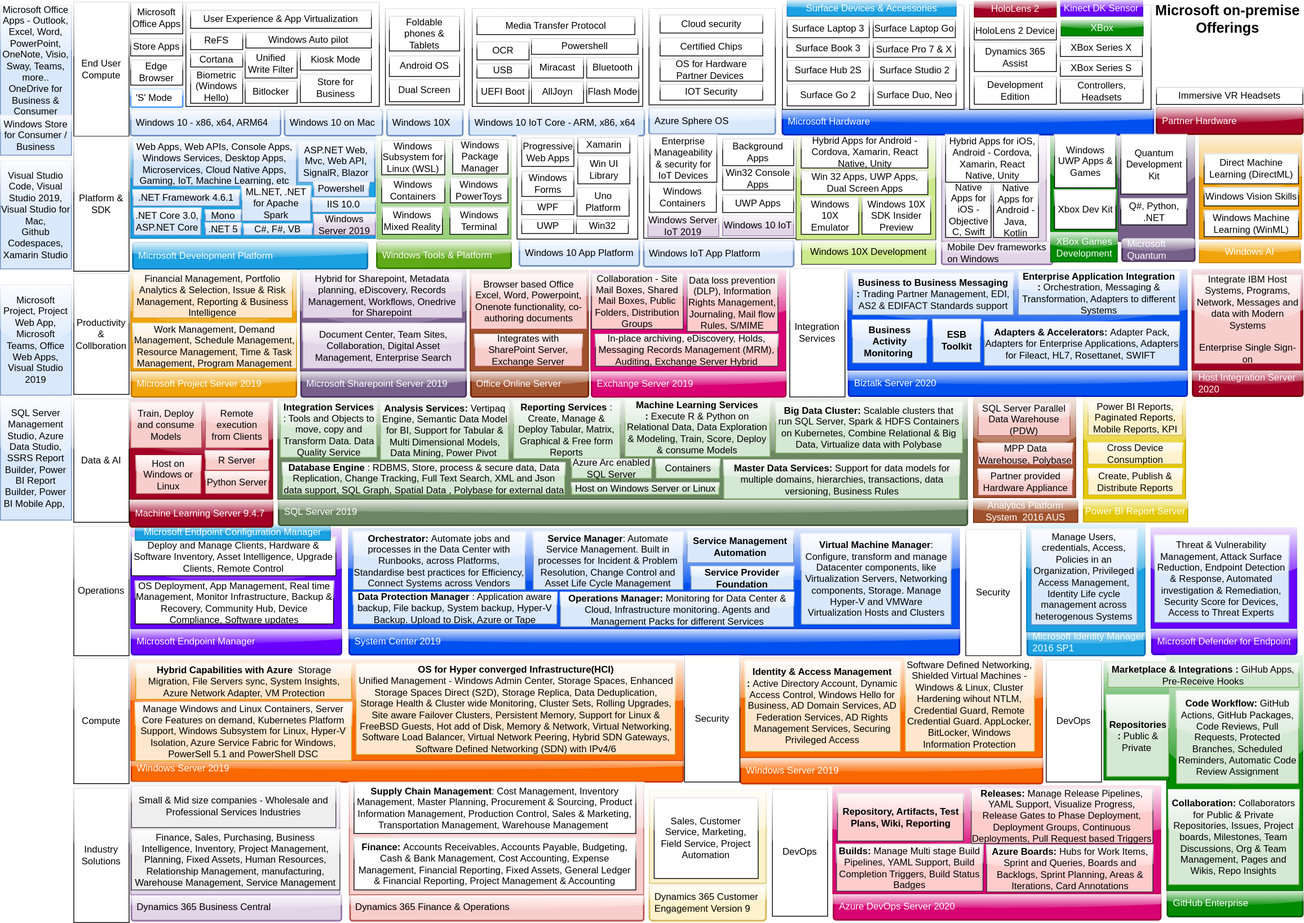
This is MicrosoftOfferings.svg from ssrikantan/Microsoft-Product-Offerings, a draw.io export, as it was before one commit. Source tidied: cells renumbered, new cells last; positions are measured from the earlier drawing's top-left corner, leaving out a move shared by most shapes.
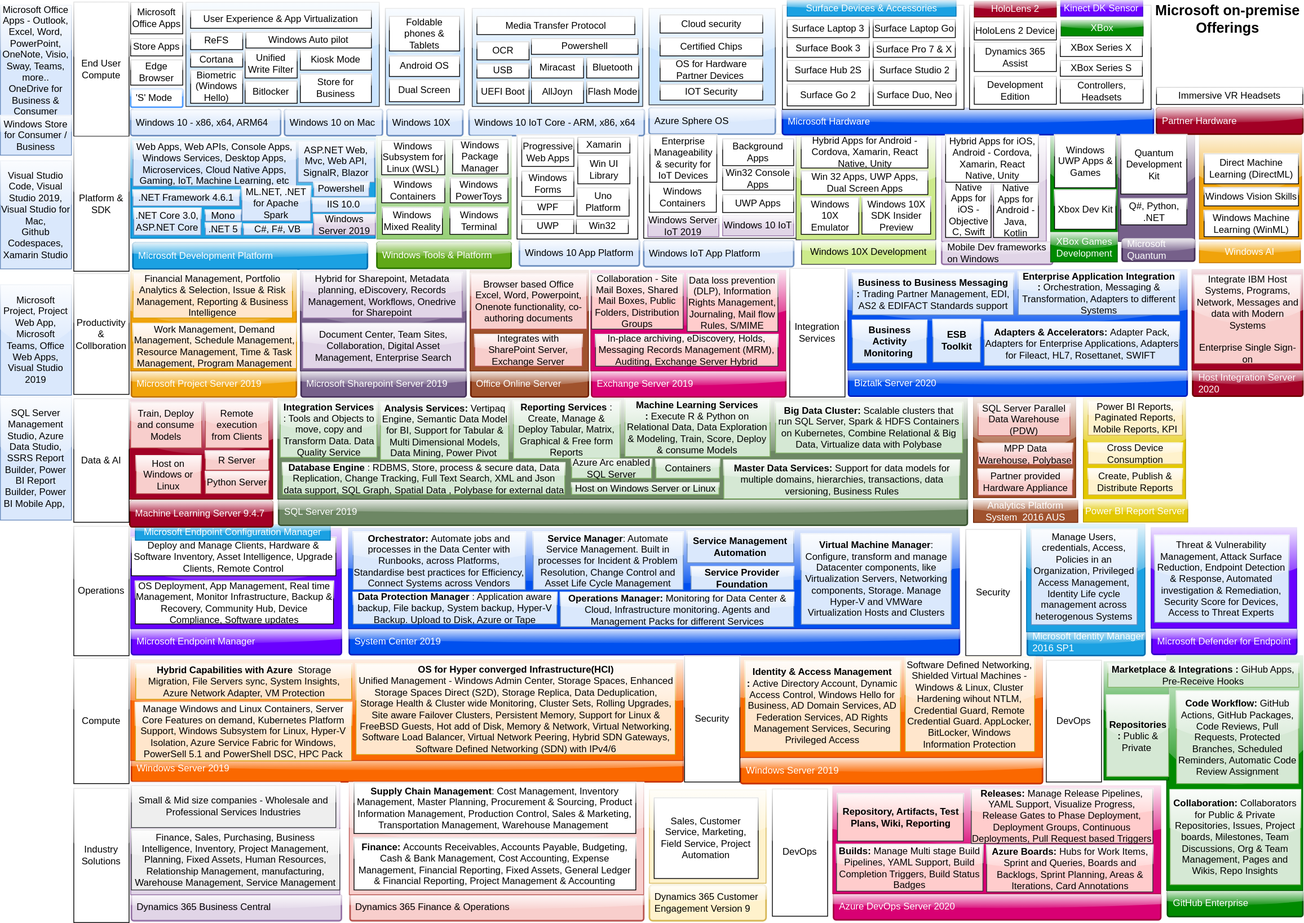
Above is the later version.

Change to the diagram source:
```diff
@@ -29,7 +29,7 @@
     <mxCell id="10" value="'S' Mode" style="rounded=1;arcSize=9;align=left;spacingLeft=5;strokeColor=#4C9AFF;html=1;strokeWidth=2;fontSize=12;glass=1;" parent="1" vertex="1">
       <mxGeometry x="165" y="112.2" width="66" height="23" as="geometry" />
     </mxCell>
-    <mxCell id="11" style="rounded=0;whiteSpace=wrap;html=1;glass=1;" parent="1" vertex="1">
+    <mxCell id="11" style="rounded=0;whiteSpace=wrap;html=1;glass=1;fillColor=#cce5ff;strokeColor=#36393d;" parent="1" vertex="1">
       <mxGeometry x="235" y="2.2" width="245" height="132" as="geometry" />
     </mxCell>
     <mxCell id="12" value="Edge Browser" style="rounded=0;whiteSpace=wrap;html=1;glass=1;" parent="1" vertex="1">
@@ -74,7 +74,7 @@
     <mxCell id="25" value="Windows 10 IoT Core - ARM, x86, x64" style="rounded=1;arcSize=9;align=left;spacingLeft=5;strokeColor=#6c8ebf;html=1;strokeWidth=2;fontSize=12;glass=1;fillColor=#dae8fc;" parent="1" vertex="1">
       <mxGeometry x="593.8" y="138.2" width="222" height="33" as="geometry" />
     </mxCell>
-    <mxCell id="26" style="rounded=0;whiteSpace=wrap;html=1;glass=1;" parent="1" vertex="1">
+    <mxCell id="26" style="rounded=0;whiteSpace=wrap;html=1;glass=1;fillColor=#cce5ff;strokeColor=#36393d;" parent="1" vertex="1">
       <mxGeometry x="597.8" y="10" width="216" height="124.2" as="geometry" />
     </mxCell>
     <mxCell id="27" value="UEFI Boot" style="rounded=0;whiteSpace=wrap;html=1;glass=1;" parent="1" vertex="1">
@@ -224,7 +224,7 @@
     <mxCell id="75" value="Windows 10X" style="rounded=1;arcSize=9;align=left;spacingLeft=5;strokeColor=#6c8ebf;html=1;strokeWidth=2;fontSize=12;glass=1;fillColor=#dae8fc;" parent="1" vertex="1">
       <mxGeometry x="489.8" y="138.2" width="96" height="33" as="geometry" />
     </mxCell>
-    <mxCell id="76" style="rounded=0;whiteSpace=wrap;html=1;glass=1;" parent="1" vertex="1">
+    <mxCell id="76" style="rounded=0;whiteSpace=wrap;html=1;glass=1;fillColor=#cce5ff;strokeColor=#36393d;" parent="1" vertex="1">
       <mxGeometry x="487.8" y="10" width="100" height="122.2" as="geometry" />
     </mxCell>
     <mxCell id="77" value="Dual Screen" style="rounded=0;whiteSpace=wrap;html=1;glass=1;" parent="1" vertex="1">
@@ -359,7 +359,7 @@
     <mxCell id="120" value="Azure Sphere OS" style="rounded=1;arcSize=9;align=left;spacingLeft=5;strokeColor=#6c8ebf;html=1;strokeWidth=2;fontSize=12;glass=1;fillColor=#dae8fc;" parent="1" vertex="1">
       <mxGeometry x="821.8" y="136.2" width="160" height="33" as="geometry" />
     </mxCell>
-    <mxCell id="121" style="rounded=0;whiteSpace=wrap;html=1;glass=1;" parent="1" vertex="1">
+    <mxCell id="121" style="rounded=0;whiteSpace=wrap;html=1;glass=1;fillColor=#cce5ff;strokeColor=#36393d;" parent="1" vertex="1">
       <mxGeometry x="821.8" y="10" width="160" height="122.2" as="geometry" />
     </mxCell>
     <mxCell id="122" value="OS for Hardware Partner Devices&amp;nbsp;" style="rounded=0;whiteSpace=wrap;html=1;glass=1;" parent="1" vertex="1">
@@ -650,7 +650,7 @@
     <mxCell id="217" value="&lt;b&gt;Hybrid Capabilities with Azure &lt;/b&gt;&amp;nbsp;Storage Migration, File Servers sync, System Insights, Azure Network Adapter, VM Protection" style="rounded=0;whiteSpace=wrap;html=1;glass=1;fillColor=#ffe6cc;strokeColor=#d79b00;" parent="1" vertex="1">
       <mxGeometry x="171.5" y="840.2" width="273.5" height="45" as="geometry" />
     </mxCell>
-    <mxCell id="218" value="Manage Windows and Linux Containers, Server Core Features on demand, Kubernetes Platform Support, Windows Subsystem for Linux, Hyper-V Isolation, Azure Service Fabric for Windows, PowerSell 5.1 and PowerShell DSC" style="rounded=0;whiteSpace=wrap;html=1;glass=1;fillColor=#ffe6cc;strokeColor=#d79b00;" parent="1" vertex="1">
+    <mxCell id="218" value="Manage Windows and Linux Containers, Server Core Features on demand, Kubernetes Platform Support, Windows Subsystem for Linux, Hyper-V Isolation, Azure Service Fabric for Windows, PowerSell 5.1 and PowerShell DSC, HPC Pack" style="rounded=0;whiteSpace=wrap;html=1;glass=1;fillColor=#ffe6cc;strokeColor=#d79b00;" parent="1" vertex="1">
       <mxGeometry x="171" y="889.2" width="274" height="74" as="geometry" />
     </mxCell>
     <mxCell id="219" value="OS for Hyper converged Infrastructure(HCI)&lt;br&gt;&lt;span style=&quot;font-weight: normal&quot;&gt;Unified Management - Windows Admin Center, Storage Spaces, Enhanced Storage Spaces Direct (S2D), Storage Replica, Data Deduplication, Storage Health &amp;amp; Cluster wide Monitoring, Cluster Sets, Rolling Upgrades, Site aware Failover Clusters, Persistent Memory, Support for Linux &amp;amp; FreeBSD Guests, Hot add of Disk, Memory &amp;amp; Network, Virtual Networking, Software Load Balancer, Virtual Network Peering, Hybrid SDN Gateways, Software Defined Networking (SDN) with IPv4/6&lt;/span&gt;" style="rounded=0;whiteSpace=wrap;html=1;glass=1;fillColor=#ffe6cc;strokeColor=#d79b00;fontStyle=1;" parent="1" vertex="1">
@@ -738,7 +738,7 @@
       <mxGeometry x="1490" y="875" width="154.5" height="117" as="geometry" />
     </mxCell>
     <mxCell id="247" value="&lt;b&gt;Collaboration: &lt;/b&gt;Collaborators for Public &amp;amp; Private Repositories, Issues, Project boards, Milestones, Team Discussions, Org &amp;amp; Team Management, Pages and Wikis, Repo Insights" style="rounded=0;whiteSpace=wrap;html=1;glass=1;fillColor=#d5e8d4;strokeColor=#82b366;" parent="1" vertex="1">
-      <mxGeometry x="1480" y="1000" width="165" height="120" as="geometry" />
+      <mxGeometry x="1482" y="1000" width="165" height="120" as="geometry" />
     </mxCell>
     <mxCell id="248" value="Security" style="rounded=0;whiteSpace=wrap;html=1;glass=1;" parent="1" vertex="1">
       <mxGeometry x="866.8" y="830.5" width="70" height="159.5" as="geometry" />
```
